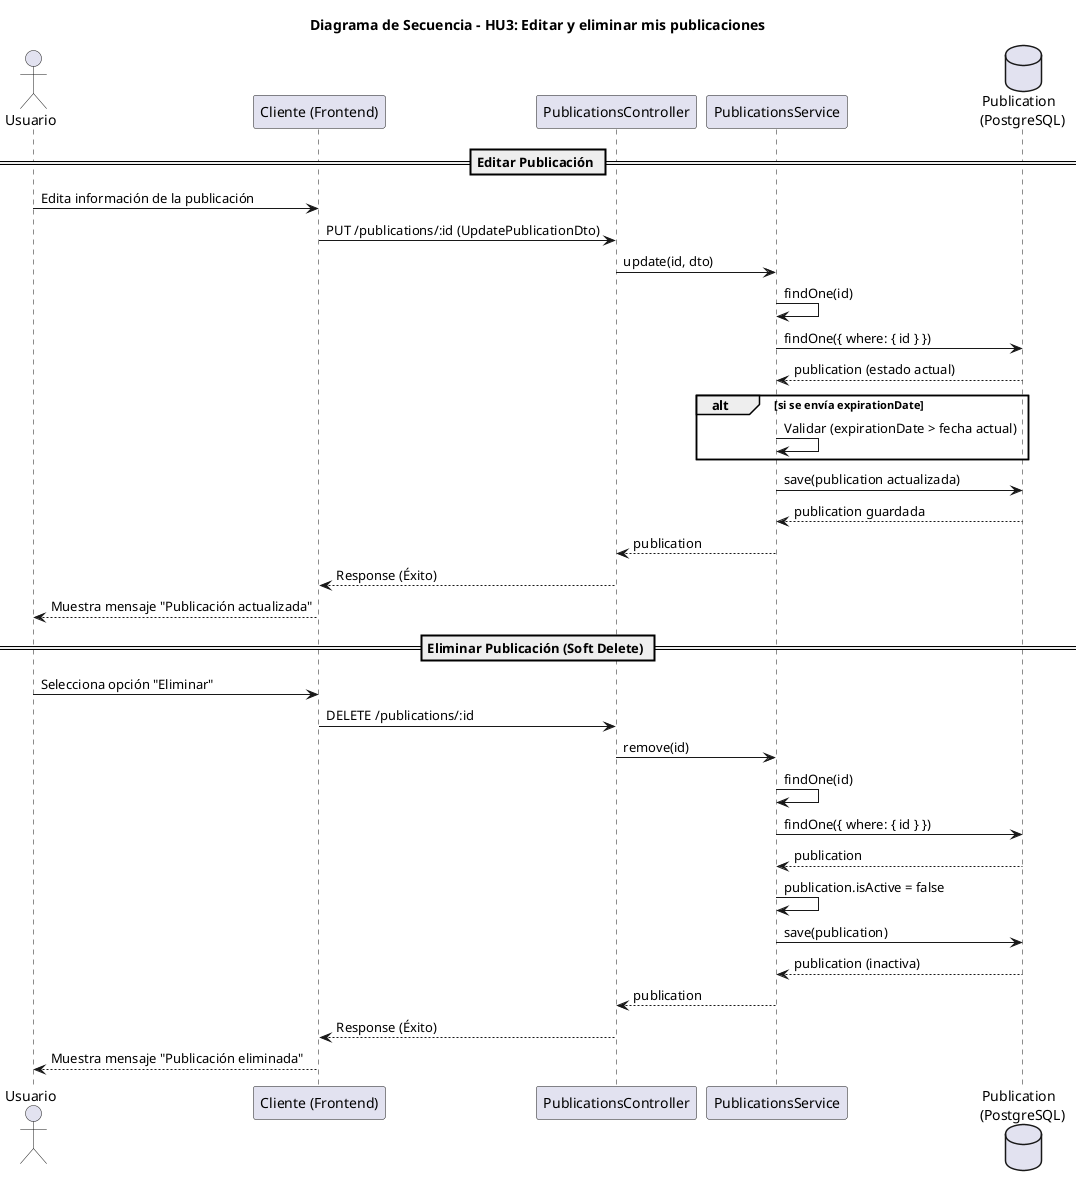
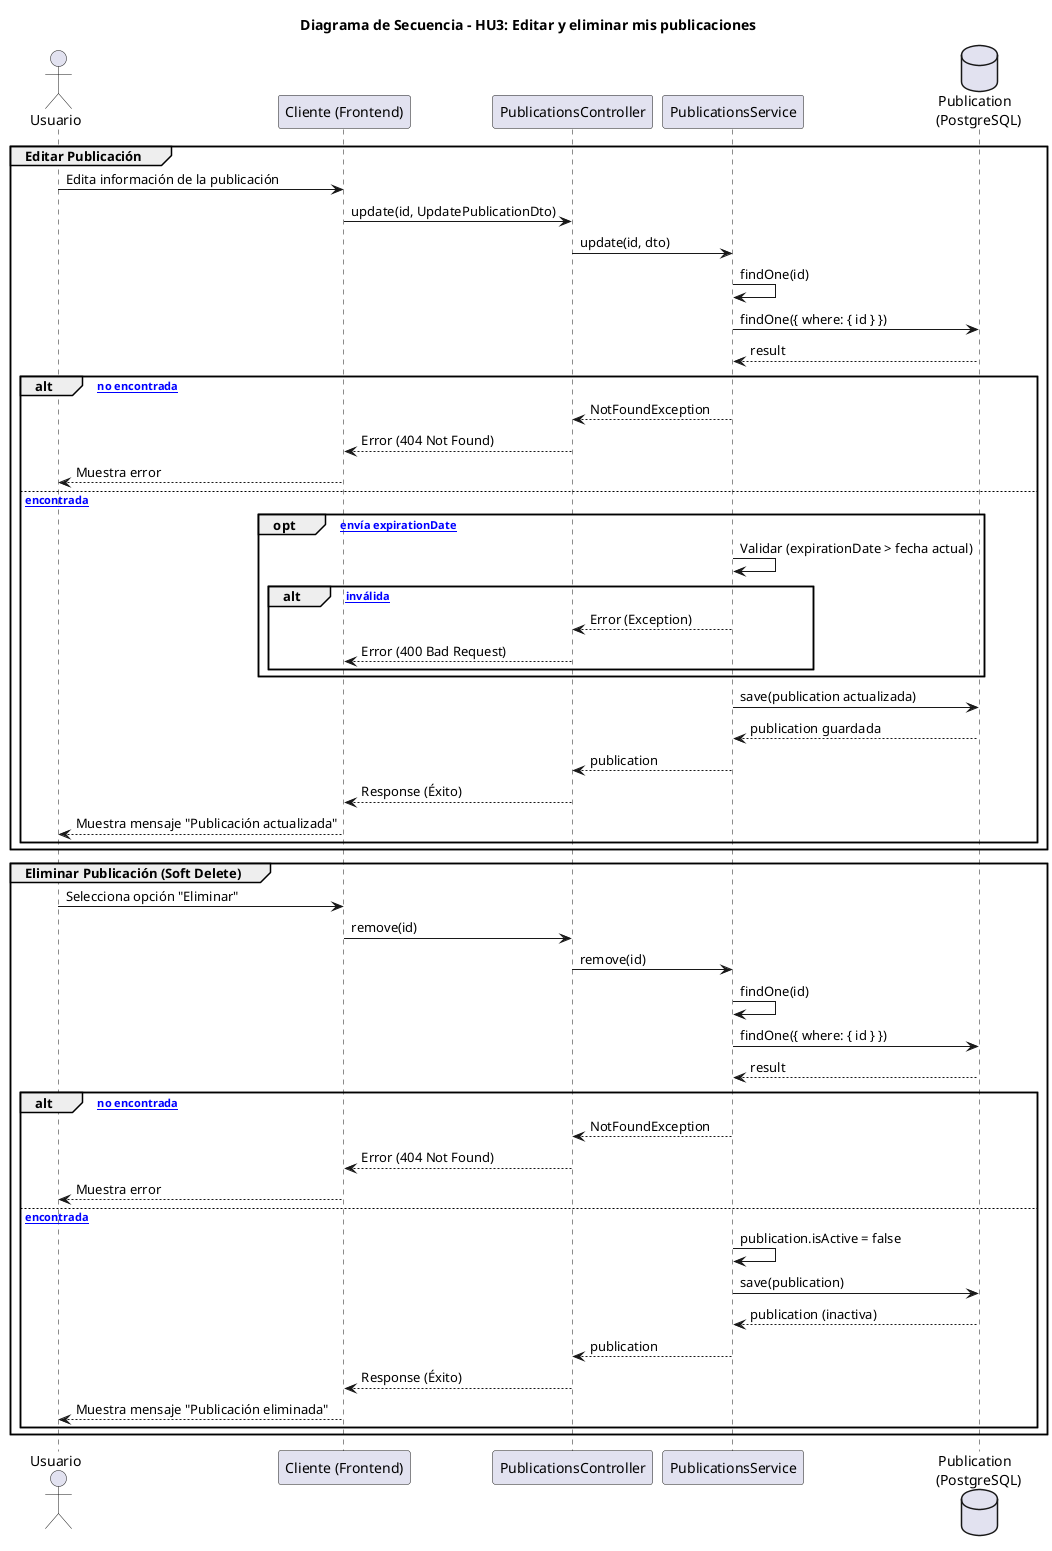
@startuml
title Diagrama de Secuencia - HU3: Editar y eliminar mis publicaciones

actor "Usuario" as User
participant "Cliente (Frontend)" as Client
participant "PublicationsController" as Controller
participant "PublicationsService" as Service
database "Publication \n (PostgreSQL)" as DB

- == Editar Publicación ==
- User -> Client: Edita información de la publicación
- Client -> Controller: PUT /publications/:id (UpdatePublicationDto)
- Controller -> Service: update(id, dto)
+ group Editar Publicación
+     User -> Client: Edita información de la publicación
+     Client -> Controller: update(id, UpdatePublicationDto)
+     Controller -> Service: update(id, dto)

- Service -> Service: findOne(id)
- Service -> DB: findOne({ where: { id } })
- DB --> Service: publication (estado actual)
+     Service -> Service: findOne(id)
+     Service -> DB: findOne({ where: { id } })
+     DB --> Service: result

- alt si se envía expirationDate
-     Service -> Service: Validar (expirationDate > fecha actual)
+     alt [Publicación no encontrada]
+         Service --> Controller: NotFoundException
+         Controller --> Client: Error (404 Not Found)
+         Client --> User: Muestra error
+     else [Publicación encontrada]
+         opt [Se envía expirationDate]
+             Service -> Service: Validar (expirationDate > fecha actual)
+             alt [Fecha inválida]
+                 Service --> Controller: Error (Exception)
+                 Controller --> Client: Error (400 Bad Request)
+             end
+         end
+ 
+         Service -> DB: save(publication actualizada)
+         DB --> Service: publication guardada
+ 
+         Service --> Controller: publication
+         Controller --> Client: Response (Éxito)
+         Client --> User: Muestra mensaje "Publicación actualizada"
+     end
end

- Service -> DB: save(publication actualizada)
- DB --> Service: publication guardada
+ group Eliminar Publicación (Soft Delete)
+     User -> Client: Selecciona opción "Eliminar"
+     Client -> Controller: remove(id)
+     Controller -> Service: remove(id)

- Service --> Controller: publication
- Controller --> Client: Response (Éxito)
- Client --> User: Muestra mensaje "Publicación actualizada"
+     Service -> Service: findOne(id)
+     Service -> DB: findOne({ where: { id } })
+     DB --> Service: result

- == Eliminar Publicación (Soft Delete) ==
- User -> Client: Selecciona opción "Eliminar"
- Client -> Controller: DELETE /publications/:id
- Controller -> Service: remove(id)
+     alt [Publicación no encontrada]
+         Service --> Controller: NotFoundException
+         Controller --> Client: Error (404 Not Found)
+         Client --> User: Muestra error
+     else [Publicación encontrada]
+         Service -> Service: publication.isActive = false
+         Service -> DB: save(publication)
+         DB --> Service: publication (inactiva)

- Service -> Service: findOne(id)
- Service -> DB: findOne({ where: { id } })
- DB --> Service: publication
- 
- Service -> Service: publication.isActive = false
- 
- Service -> DB: save(publication)
- DB --> Service: publication (inactiva)
- 
- Service --> Controller: publication
- Controller --> Client: Response (Éxito)
- Client --> User: Muestra mensaje "Publicación eliminada"
+         Service --> Controller: publication
+         Controller --> Client: Response (Éxito)
+         Client --> User: Muestra mensaje "Publicación eliminada"
+     end
+ end

@enduml
